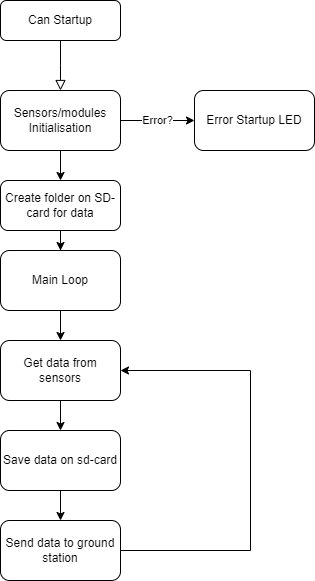
Sem5262/Cansat-2024 keeps this draw.io diagram as Can Software Desing.png. Above is the earlier version. Source tidied: cells renumbered, new cells last; positions are measured from the earlier drawing's top-left corner, leaving out a move shared by most shapes.
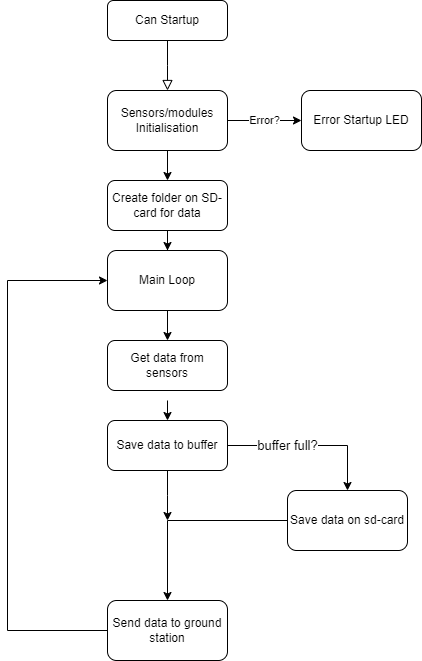
The same file after the commit.

Change to the diagram source:
```diff
@@ -28,17 +28,19 @@
     <mxCell id="9" value="Main Loop" style="rounded=1;whiteSpace=wrap;html=1;" parent="1" vertex="1">
       <mxGeometry y="250" width="120" height="60" as="geometry" />
     </mxCell>
-    <mxCell id="10" style="edgeStyle=orthogonalEdgeStyle;rounded=0;jettySize=auto;html=1;" parent="1" edge="1" source="11" target="13">
-      <mxGeometry relative="1" as="geometry" />
-    </mxCell>
+    <mxCell id="18" style="edgeStyle=orthogonalEdgeStyle;rounded=0;jettySize=auto;html=1;entryX=0.5;entryY=0;entryDx=0;entryDy=0;" parent="1" edge="1" target="22">
+      <mxGeometry relative="1" as="geometry">
+        <mxPoint x="60" y="400" as="sourcePoint" />
+      </mxGeometry>
+    </mxCell>
     <mxCell id="11" value="Get data from sensors" style="rounded=1;whiteSpace=wrap;html=1;" parent="1" vertex="1">
-      <mxGeometry y="340" width="120" height="60" as="geometry" />
+      <mxGeometry y="340" width="120" height="50" as="geometry" />
     </mxCell>
-    <mxCell id="12" style="edgeStyle=orthogonalEdgeStyle;rounded=0;jettySize=auto;html=1;" parent="1" edge="1" source="13" target="17">
+    <mxCell id="12" style="edgeStyle=orthogonalEdgeStyle;rounded=0;jettySize=auto;html=1;entryX=0.5;entryY=0;entryDx=0;entryDy=0;" parent="1" edge="1" source="13" target="17">
       <mxGeometry relative="1" as="geometry" />
     </mxCell>
     <mxCell id="13" value="Save data on sd-card" style="rounded=1;whiteSpace=wrap;html=1;" parent="1" vertex="1">
-      <mxGeometry y="430" width="120" height="60" as="geometry" />
+      <mxGeometry x="180" y="490" width="120" height="60" as="geometry" />
     </mxCell>
     <mxCell id="14" style="edgeStyle=orthogonalEdgeStyle;rounded=0;jettySize=auto;html=1;entryX=0.5;entryY=0;entryDx=0;entryDy=0;" parent="1" edge="1" source="15" target="9">
       <mxGeometry relative="1" as="geometry" />
@@ -46,16 +48,27 @@
     <mxCell id="15" value="Create folder on SD-card for data" style="rounded=1;whiteSpace=wrap;html=1;" parent="1" vertex="1">
       <mxGeometry y="180" width="120" height="50" as="geometry" />
     </mxCell>
-    <mxCell id="16" style="edgeStyle=orthogonalEdgeStyle;rounded=0;jettySize=auto;html=1;entryX=1;entryY=0.5;entryDx=0;entryDy=0;" parent="1" edge="1" source="17" target="11">
-      <mxGeometry relative="1" as="geometry">
-        <Array as="points">
-          <mxPoint x="250" y="550" />
-          <mxPoint x="250" y="370" />
-        </Array>
-      </mxGeometry>
-    </mxCell>
+    <mxCell id="19" style="edgeStyle=orthogonalEdgeStyle;rounded=0;jettySize=auto;html=1;entryX=0;entryY=0.5;entryDx=0;entryDy=0;" parent="1" edge="1" source="17" target="9">
+      <mxGeometry relative="1" as="geometry">
+        <Array as="points">
+          <mxPoint x="-100" y="630" />
+          <mxPoint x="-100" y="280" />
+        </Array>
+      </mxGeometry>
+    </mxCell>
     <mxCell id="17" value="Send data to ground station" style="rounded=1;whiteSpace=wrap;html=1;" parent="1" vertex="1">
-      <mxGeometry y="520" width="120" height="60" as="geometry" />
+      <mxGeometry y="600" width="120" height="60" as="geometry" />
     </mxCell>
+    <mxCell id="20" value="&lt;font style=&quot;font-size: 13px;&quot;&gt;buffer full?&lt;/font&gt;" style="edgeStyle=orthogonalEdgeStyle;rounded=0;jettySize=auto;html=1;entryX=0.5;entryY=0;entryDx=0;entryDy=0;" parent="1" edge="1" source="22" target="13">
+      <mxGeometry x="-0.27" relative="1" as="geometry" />
+    </mxCell>
+    <mxCell id="21" style="edgeStyle=orthogonalEdgeStyle;rounded=0;jettySize=auto;html=1;" parent="1" edge="1" source="22">
+      <mxGeometry relative="1" as="geometry">
+        <mxPoint x="60" y="520" as="targetPoint" />
+      </mxGeometry>
+    </mxCell>
+    <mxCell id="22" value="Save data to buffer" style="rounded=1;whiteSpace=wrap;html=1;" parent="1" vertex="1">
+      <mxGeometry y="420" width="120" height="50" as="geometry" />
+    </mxCell>
   </root>
 </mxGraphModel>
```
